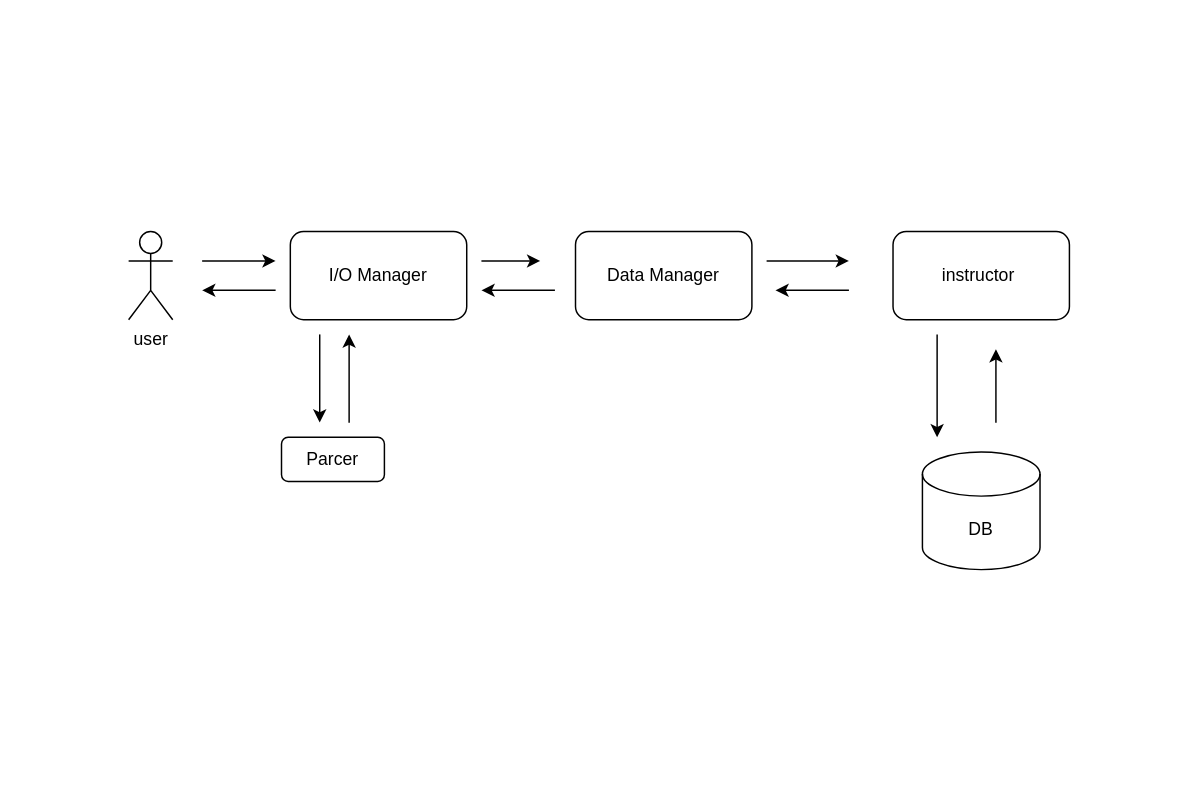
ShineSoYoung/CRA keeps this draw.io diagram as E-Project/concept.drawio. Above is the earlier version. Source tidied: cells renumbered, new cells numbered last; positions are measured from the earlier drawing's top-left corner, leaving out a move shared by most shapes. Both pictures are drawn from the tidied source at 147%, with x=0, y=0 at pixel (128, 231).
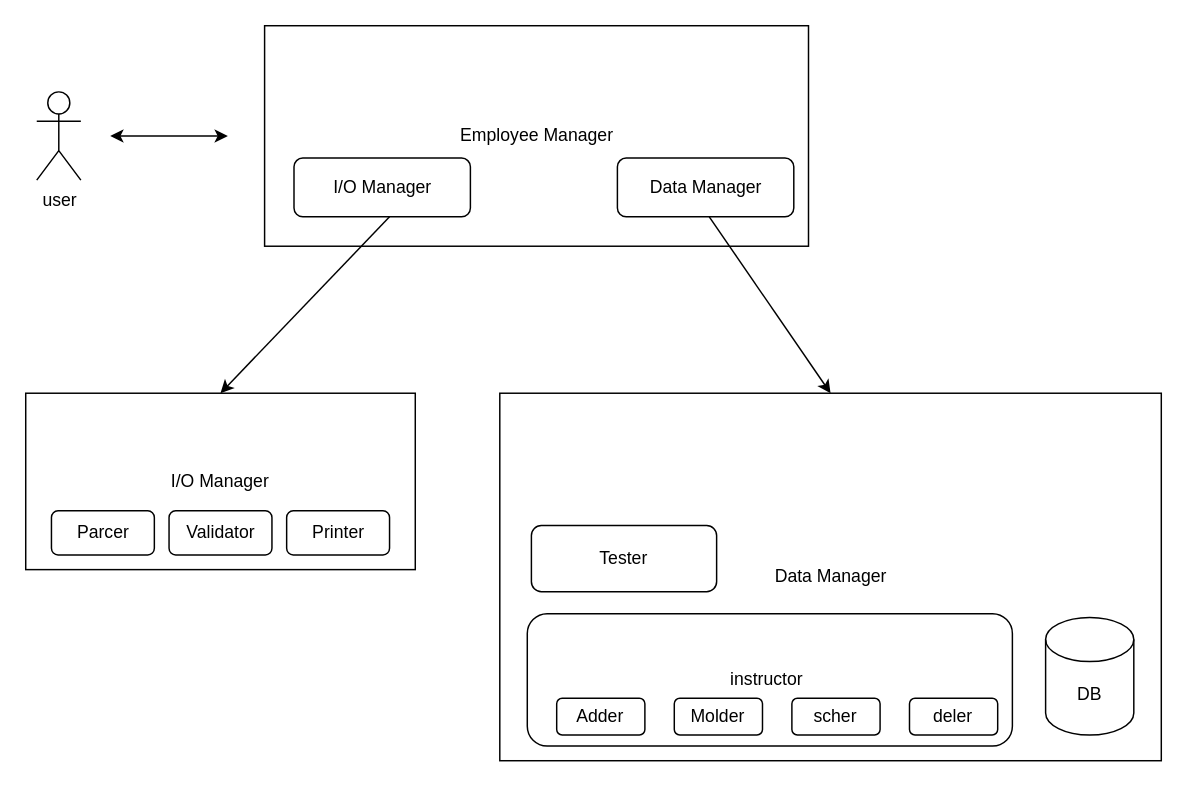
Above is the later version.

What changed in the source:
```diff
@@
+    <mxCell id="18" value="Data Manager" style="rounded=0;whiteSpace=wrap;html=1;" parent="1" vertex="1">
+      <mxGeometry x="252.5" y="110" width="450" height="250" as="geometry" />
+    </mxCell>
+    <mxCell id="19" value="I/O Manager" style="rounded=0;whiteSpace=wrap;html=1;" parent="1" vertex="1">
+      <mxGeometry x="-70" y="110" width="265" height="120" as="geometry" />
+    </mxCell>
+    <mxCell id="20" value="&lt;span&gt;Employee Manager&lt;/span&gt;" style="rounded=0;whiteSpace=wrap;html=1;" parent="1" vertex="1">
+      <mxGeometry x="92.5" y="-140" width="370" height="150" as="geometry" />
+    </mxCell>
+    <mxCell id="3" value="Data Manager" style="rounded=1;whiteSpace=wrap;html=1;" parent="1" vertex="1">
+      <mxGeometry x="332.5" y="-50" width="120" height="40" as="geometry" />
+    </mxCell>
+    <mxCell id="5" value="user" style="shape=umlActor;verticalLabelPosition=bottom;verticalAlign=top;html=1;" parent="1" vertex="1">
+      <mxGeometry x="-62.5" y="-95" width="30" height="60" as="geometry" />
+    </mxCell>
+    <mxCell id="8" value="Parcer" style="rounded=1;whiteSpace=wrap;html=1;" parent="1" vertex="1">
+      <mxGeometry x="-52.5" y="190" width="70" height="30" as="geometry" />
+    </mxCell>
+    <mxCell id="13" value="instructor&amp;nbsp;" style="rounded=1;whiteSpace=wrap;html=1;" parent="1" vertex="1">
+      <mxGeometry x="271.2" y="260" width="330" height="90" as="geometry" />
+    </mxCell>
+    <mxCell id="21" style="endArrow=classic;startArrow=classic;html=1;rounded=0;" parent="1" edge="1">
+      <mxGeometry relative="1" as="geometry">
+        <mxPoint x="-12.5" y="-65" as="sourcePoint" />
+        <mxPoint x="67.5" y="-65" as="targetPoint" />
+      </mxGeometry>
+    </mxCell>
     <mxCell id="2" value="I/O Manager" style="rounded=1;whiteSpace=wrap;html=1;" parent="1" vertex="1">
-      <mxGeometry x="110" width="120" height="60" as="geometry" />
+      <mxGeometry x="112.5" y="-50" width="120" height="40" as="geometry" />
     </mxCell>
-    <mxCell id="3" value="Data Manager" style="rounded=1;whiteSpace=wrap;html=1;" parent="1" vertex="1">
-      <mxGeometry x="304" width="120" height="60" as="geometry" />
-    </mxCell>
+    <mxCell id="22" value="Validator" style="rounded=1;whiteSpace=wrap;html=1;" parent="1" vertex="1">
+      <mxGeometry x="27.5" y="190" width="70" height="30" as="geometry" />
+    </mxCell>
+    <mxCell id="23" value="Printer" style="rounded=1;whiteSpace=wrap;html=1;" parent="1" vertex="1">
+      <mxGeometry x="107.5" y="190" width="70" height="30" as="geometry" />
+    </mxCell>
+    <mxCell id="24" value="Adder" style="rounded=1;whiteSpace=wrap;html=1;" parent="1" vertex="1">
+      <mxGeometry x="291.2" y="317.5" width="60" height="25" as="geometry" />
+    </mxCell>
+    <mxCell id="25" value="Molder" style="rounded=1;whiteSpace=wrap;html=1;" parent="1" vertex="1">
+      <mxGeometry x="371.2" y="317.5" width="60" height="25" as="geometry" />
+    </mxCell>
+    <mxCell id="26" value="scher" style="rounded=1;whiteSpace=wrap;html=1;" parent="1" vertex="1">
+      <mxGeometry x="451.2" y="317.5" width="60" height="25" as="geometry" />
+    </mxCell>
+    <mxCell id="27" value="deler" style="rounded=1;whiteSpace=wrap;html=1;" parent="1" vertex="1">
+      <mxGeometry x="531.2" y="317.5" width="60" height="25" as="geometry" />
+    </mxCell>
     <mxCell id="4" value="DB" style="shape=cylinder3;whiteSpace=wrap;html=1;boundedLbl=1;backgroundOutline=1;size=15;" parent="1" vertex="1">
-      <mxGeometry x="540" y="150" width="80" height="80" as="geometry" />
+      <mxGeometry x="623.8" y="262.5" width="60" height="80" as="geometry" />
     </mxCell>
-    <mxCell id="5" value="user" style="shape=umlActor;verticalLabelPosition=bottom;verticalAlign=top;html=1;" parent="1" vertex="1">
-      <mxGeometry width="30" height="60" as="geometry" />
-    </mxCell>
-    <mxCell id="6" style="endArrow=classic;html=1;rounded=0;" parent="1" edge="1">
-      <mxGeometry relative="1" as="geometry">
-        <mxPoint x="50" y="20" as="sourcePoint" />
-        <mxPoint x="100" y="20" as="targetPoint" />
-      </mxGeometry>
-    </mxCell>
-    <mxCell id="7" style="endArrow=classic;html=1;rounded=0;" parent="1" edge="1">
-      <mxGeometry relative="1" as="geometry">
-        <mxPoint x="130" y="70" as="sourcePoint" />
-        <mxPoint x="130" y="130" as="targetPoint" />
-      </mxGeometry>
-    </mxCell>
-    <mxCell id="8" value="Parcer" style="rounded=1;whiteSpace=wrap;html=1;" parent="1" vertex="1">
-      <mxGeometry x="104" y="140" width="70" height="30" as="geometry" />
-    </mxCell>
-    <mxCell id="9" style="endArrow=classic;html=1;rounded=0;" parent="1" edge="1">
-      <mxGeometry relative="1" as="geometry">
-        <mxPoint x="150" y="130" as="sourcePoint" />
-        <mxPoint x="150" y="70" as="targetPoint" />
-      </mxGeometry>
-    </mxCell>
-    <mxCell id="10" style="endArrow=classic;html=1;rounded=0;" parent="1" edge="1">
-      <mxGeometry relative="1" as="geometry">
-        <mxPoint x="240" y="20" as="sourcePoint" />
-        <mxPoint x="280" y="20" as="targetPoint" />
-      </mxGeometry>
-    </mxCell>
-    <mxCell id="11" style="endArrow=classic;html=1;rounded=0;" parent="1" edge="1">
-      <mxGeometry relative="1" as="geometry">
-        <mxPoint x="550" y="70" as="sourcePoint" />
-        <mxPoint x="550" y="140" as="targetPoint" />
-      </mxGeometry>
-    </mxCell>
-    <mxCell id="12" style="endArrow=classic;html=1;rounded=0;" parent="1" edge="1">
-      <mxGeometry relative="1" as="geometry">
-        <mxPoint x="434" y="20" as="sourcePoint" />
-        <mxPoint x="490" y="20" as="targetPoint" />
-      </mxGeometry>
-    </mxCell>
-    <mxCell id="13" value="instructor&amp;nbsp;" style="rounded=1;whiteSpace=wrap;html=1;" parent="1" vertex="1">
-      <mxGeometry x="520" width="120" height="60" as="geometry" />
-    </mxCell>
-    <mxCell id="14" style="endArrow=classic;html=1;rounded=0;" parent="1" edge="1">
-      <mxGeometry relative="1" as="geometry">
-        <mxPoint x="590" y="130" as="sourcePoint" />
-        <mxPoint x="590" y="80" as="targetPoint" />
-      </mxGeometry>
-    </mxCell>
-    <mxCell id="15" style="endArrow=classic;html=1;rounded=0;" parent="1" edge="1">
-      <mxGeometry relative="1" as="geometry">
-        <mxPoint x="490" y="40" as="sourcePoint" />
-        <mxPoint x="440" y="40" as="targetPoint" />
-      </mxGeometry>
-    </mxCell>
-    <mxCell id="16" style="endArrow=classic;html=1;rounded=0;" parent="1" edge="1">
-      <mxGeometry relative="1" as="geometry">
-        <mxPoint x="290" y="40" as="sourcePoint" />
-        <mxPoint x="240" y="40" as="targetPoint" />
-      </mxGeometry>
-    </mxCell>
-    <mxCell id="17" style="endArrow=classic;html=1;rounded=0;" parent="1" edge="1">
-      <mxGeometry relative="1" as="geometry">
-        <mxPoint x="100" y="40" as="sourcePoint" />
-        <mxPoint x="50" y="40" as="targetPoint" />
-      </mxGeometry>
-    </mxCell>
+    <mxCell id="28" style="endArrow=classic;html=1;rounded=0;entryX=0.5;entryY=0;entryDx=0;entryDy=0;" parent="1" edge="1" target="19">
+      <mxGeometry relative="1" as="geometry">
+        <mxPoint x="177.5" y="-10" as="sourcePoint" />
+      </mxGeometry>
+    </mxCell>
+    <mxCell id="29" style="endArrow=classic;html=1;rounded=0;entryX=0.5;entryY=0;entryDx=0;entryDy=0;" parent="1" edge="1" target="18">
+      <mxGeometry relative="1" as="geometry">
+        <mxPoint x="395" y="-10" as="sourcePoint" />
+      </mxGeometry>
+    </mxCell>
+    <mxCell id="30" value="Tester" style="rounded=1;whiteSpace=wrap;html=1;" parent="1" vertex="1">
+      <mxGeometry x="274" y="200" width="126" height="45" as="geometry" />
+    </mxCell>
```
